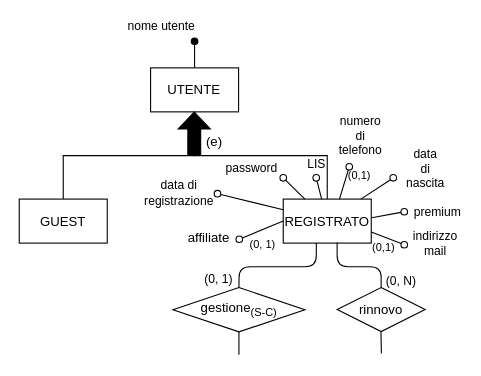
Above: Progetto Esame - DBSperimentazioni A.A. 2023-2024/Diagrammi/generalizzazioni/2.3.2.1_gen_1b_cor.drawio in Mattron2000/Basi_di_dati (draw.io), before the change. Source tidied: cells renumbered, new cells numbered last; positions are measured from the earlier drawing's top-left corner, leaving out a move shared by most shapes. Both pictures are drawn from the tidied source at 110%, with x=0, y=0 at pixel (19, 41).
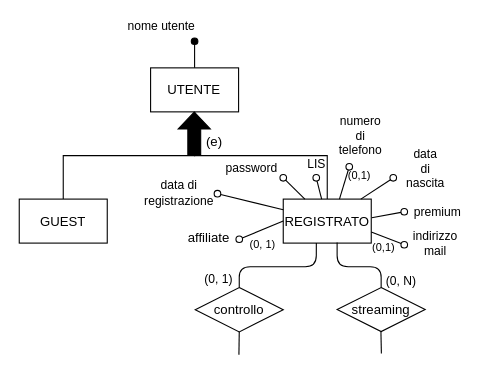
After the change.

What changed in the source:
```diff
@@
-    <mxCell id="27" value="&lt;font style=&quot;font-size: 12px;&quot;&gt;gestione&lt;sub style=&quot;&quot;&gt;(S-C)&lt;/sub&gt;&lt;/font&gt;" style="rhombus;whiteSpace=wrap;html=1;" parent="1" vertex="1">
-      <mxGeometry x="139.7" y="223.9" width="120" height="40.3" as="geometry" />
+    <mxCell id="27" value="controllo" style="rhombus;whiteSpace=wrap;html=1;" parent="1" vertex="1">
+      <mxGeometry x="160" y="223.9" width="80" height="40.3" as="geometry" />
     </mxCell>
@@
-    <mxCell id="32" value="rinnovo" style="rhombus;whiteSpace=wrap;html=1;" parent="1" vertex="1">
+    <mxCell id="32" value="streaming" style="rhombus;whiteSpace=wrap;html=1;" parent="1" vertex="1">
       <mxGeometry x="289" y="223.9" width="80" height="40" as="geometry" />
     </mxCell>
```
